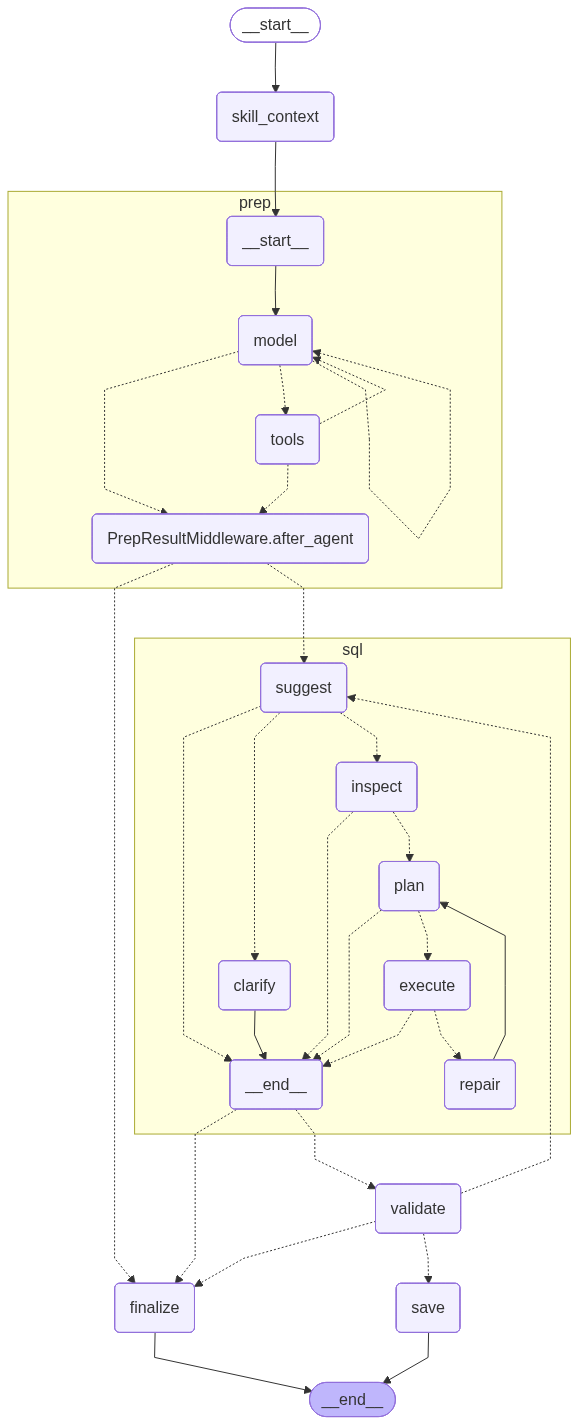
The Mermaid diagram artifacts/graphs/orchestrator-graph.png in teron131/tabuflow, before a commit. Its source is kept beside it as artifacts/graphs/orchestrator-graph.mmd.
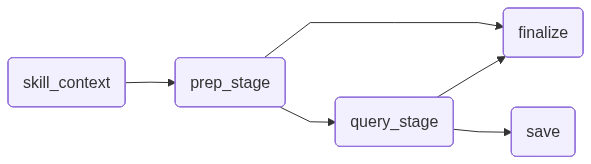
Above is the later version.

Change to the diagram source:
```diff
@@ -3,56 +3,17 @@
   flowchart:
     curve: linear
 ---
-graph TD;
-	__start__([<p>__start__</p>]):::first
+graph LR;
 	skill_context(skill_context)
-	validate(validate)
+	prep_stage(prep_stage)
+	query_stage(query_stage)
 	save(save)
 	finalize(finalize)
-	__end__([<p>__end__</p>]):::last
-	__start__ --> skill_context;
-	prep\3aPrepResultMiddleware\2eafter_agent -.-> finalize;
-	prep\3aPrepResultMiddleware\2eafter_agent -.-> sql\3asuggest;
-	skill_context --> prep\3a__start__;
-	sql\3a__end__ -.-> finalize;
-	sql\3a__end__ -.-> validate;
-	validate -.-> finalize;
-	validate -.-> save;
-	validate -.-> sql\3asuggest;
-	finalize --> __end__;
-	save --> __end__;
-	subgraph prep
-	prep\3a__start__(<p>__start__</p>)
-	prep\3amodel(model)
-	prep\3atools(tools)
-	prep\3aPrepResultMiddleware\2eafter_agent(PrepResultMiddleware.after_agent)
-	prep\3a__start__ --> prep\3amodel;
-	prep\3amodel -.-> prep\3aPrepResultMiddleware\2eafter_agent;
-	prep\3amodel -.-> prep\3atools;
-	prep\3atools -.-> prep\3aPrepResultMiddleware\2eafter_agent;
-	prep\3atools -.-> prep\3amodel;
-	prep\3amodel -.-> prep\3amodel;
-	end
-	subgraph sql
-	sql\3asuggest(suggest)
-	sql\3aclarify(clarify)
-	sql\3ainspect(inspect)
-	sql\3aplan(plan)
-	sql\3aexecute(execute)
-	sql\3arepair(repair)
-	sql\3a__end__(<p>__end__</p>)
-	sql\3aexecute -.-> sql\3a__end__;
-	sql\3aexecute -.-> sql\3arepair;
-	sql\3ainspect -.-> sql\3a__end__;
-	sql\3ainspect -.-> sql\3aplan;
-	sql\3aplan -.-> sql\3a__end__;
-	sql\3aplan -.-> sql\3aexecute;
-	sql\3arepair --> sql\3aplan;
-	sql\3asuggest -.-> sql\3a__end__;
-	sql\3asuggest -.-> sql\3aclarify;
-	sql\3asuggest -.-> sql\3ainspect;
-	sql\3aclarify --> sql\3a__end__;
-	end
+	prep_stage --> finalize;
+	prep_stage --> query_stage;
+	query_stage --> finalize;
+	query_stage --> save;
+	skill_context --> prep_stage;
 	classDef default fill:#f2f0ff,line-height:1.2
 	classDef first fill-opacity:0
 	classDef last fill:#bfb6fc
```
